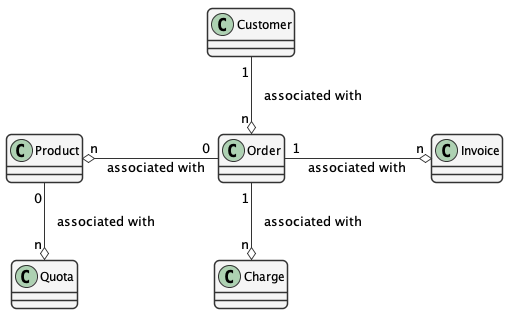
Earlier version of the PlantUML export images/overview.png (csjx/d1-membership-plan-mgmt).
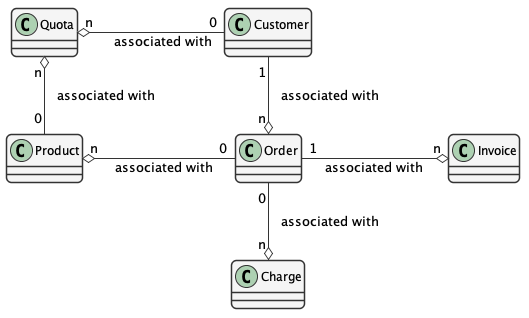
Above is the later version.

Commit message:
Update Quota relationships

Quotas are ultimately associated with Customers, but are also tied to
Product features.  Update the model to show this.

What changed in the source:
```diff
@@ -45,8 +45,9 @@
 
 Customer "1" --o "n" Order : "   associated with"
 Order "0" -right-o "n" Product : "associated with"
-Order "1" -up-o "n" Charge : "   associated with"
+Order "0" -up-o "n" Charge : "   associated with"
 Order "1" -left-o "n" Invoice : "   associated with"
-Product "0"--o "n" Quota : "   associated with"
+Customer "0"-right-o "n" Quota : "   associated with"
+Product "0"-down-o "n" Quota : "   associated with"
 
 @enduml
```
